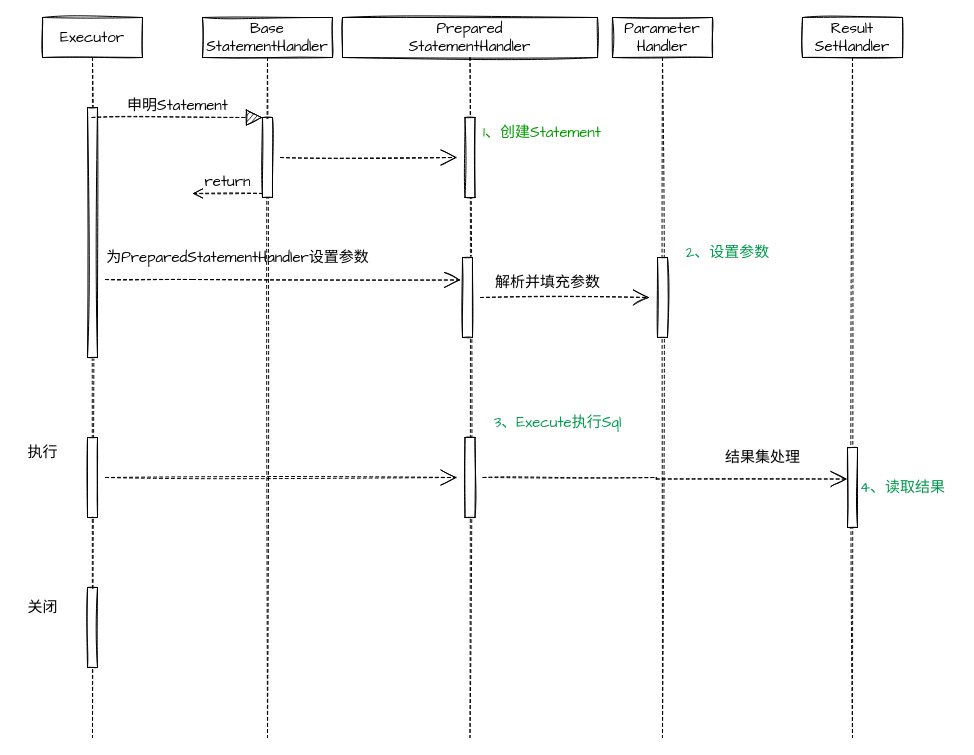
Earlier version of the draw.io diagram page "第 12 页" (12 of 15) of mybatis.drawio (QirongZhang/draw.io.repo). Source tidied: cells renumbered, new cells numbered last; positions are measured from the earlier drawing's top-left corner, leaving out a move shared by most shapes. Both pictures are drawn from the tidied source at 100%, with x=0, y=0 at pixel (17, 17).
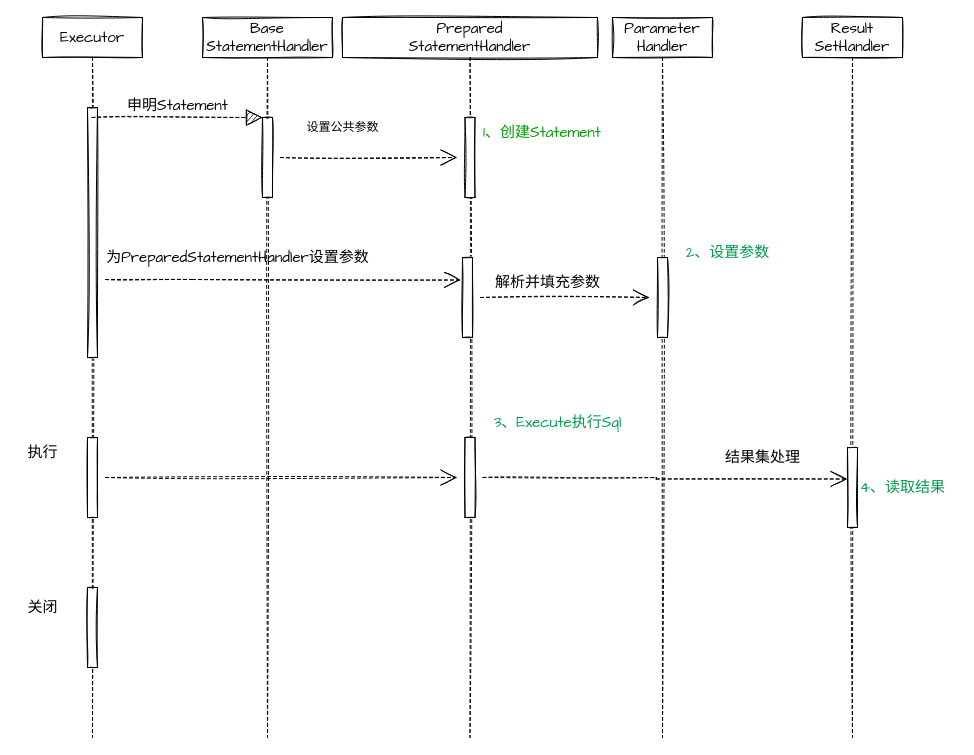
Above is the later version.

The change refers to these unchanged cells:
```xml
<mxCell id="6" value="Base&lt;br&gt;StatementHandler" style="shape=umlLifeline;perimeter=lifelinePerimeter;whiteSpace=wrap;html=1;sketch=1;hachureGap=4;fontFamily=Architects Daughter;fontSize=15;" parent="1" vertex="1">
  <mxGeometry x="185" width="130" height="720" as="geometry" />
</mxCell>
<mxCell id="7" style="html=1;points=[];perimeter=orthogonalPerimeter;sketch=1;hachureGap=4;fontFamily=Architects Daughter;fontSize=15;" parent="6" vertex="1">
  <mxGeometry x="60" y="100" width="10" height="80" as="geometry" />
</mxCell>
```

The edit, as a diff of the source:
```diff
@@
-    <mxCell id="8" value="return" style="html=1;verticalAlign=bottom;endArrow=open;dashed=1;endSize=8;exitX=0;exitY=0.95;rounded=0;sketch=1;hachureGap=4;fontFamily=Architects Daughter;fontSize=15;sourcePerimeterSpacing=8;targetPerimeterSpacing=8;" parent="6" edge="1" source="7">
-      <mxGeometry relative="1" as="geometry">
-        <mxPoint x="-10" y="176" as="targetPoint" />
-      </mxGeometry>
-    </mxCell>
@@
+    <mxCell id="32" value="设置公共参数" style="text;html=1;align=center;verticalAlign=middle;strokeColor=none;fillColor=none;" parent="1" vertex="1">
+      <mxGeometry x="275" y="95" width="100" height="30" as="geometry" />
+    </mxCell>
```
